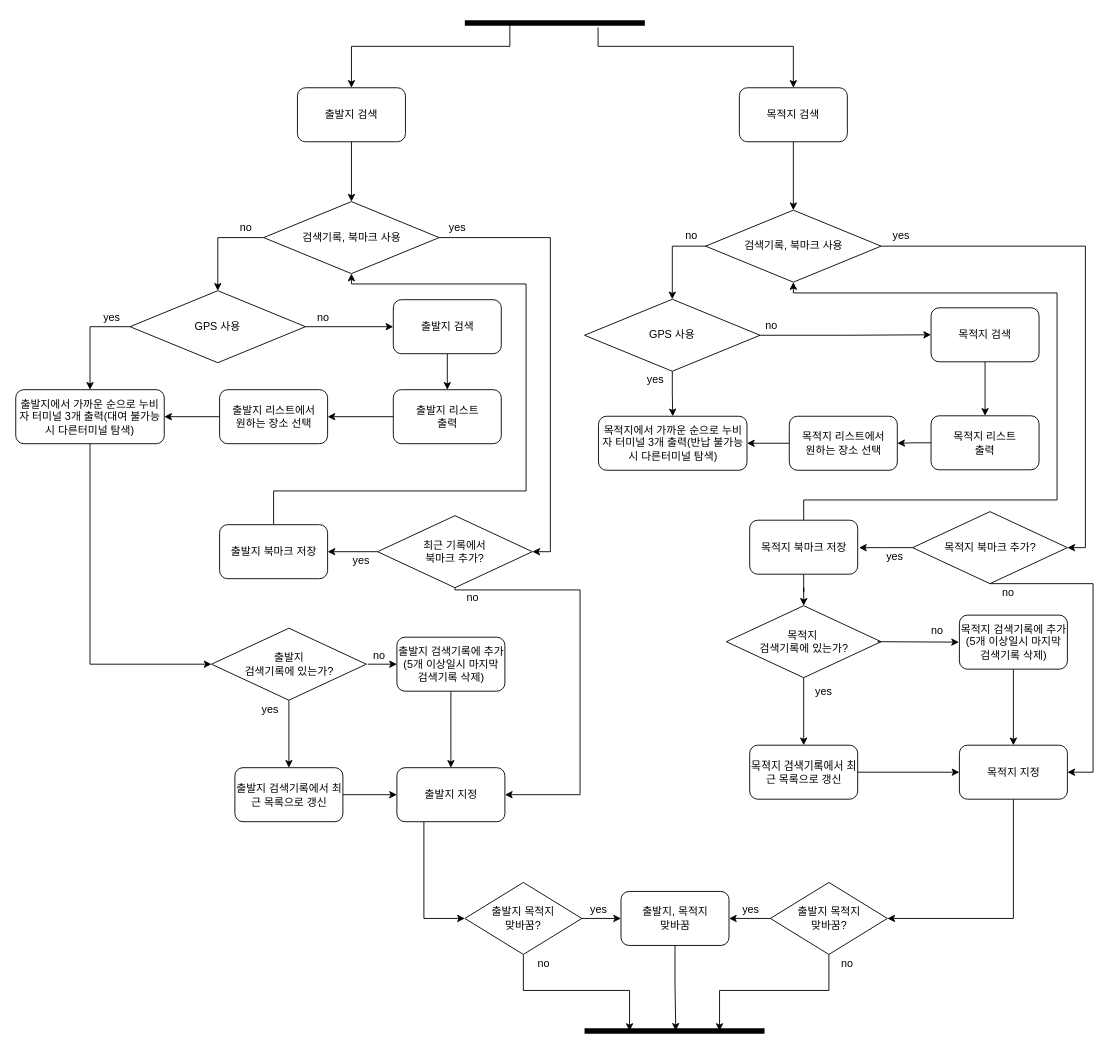
Before: 2nd_homework/activity_diagram/activity-mid.drawio in chisacam/CWNU19SE_2B, a draw.io diagram. Source tidied: cells renumbered, new cells numbered last; positions are measured from the earlier drawing's top-left corner, leaving out a move shared by most shapes. Both pictures are drawn from the tidied source at 90%, with x=0, y=0 at pixel (15, 18).
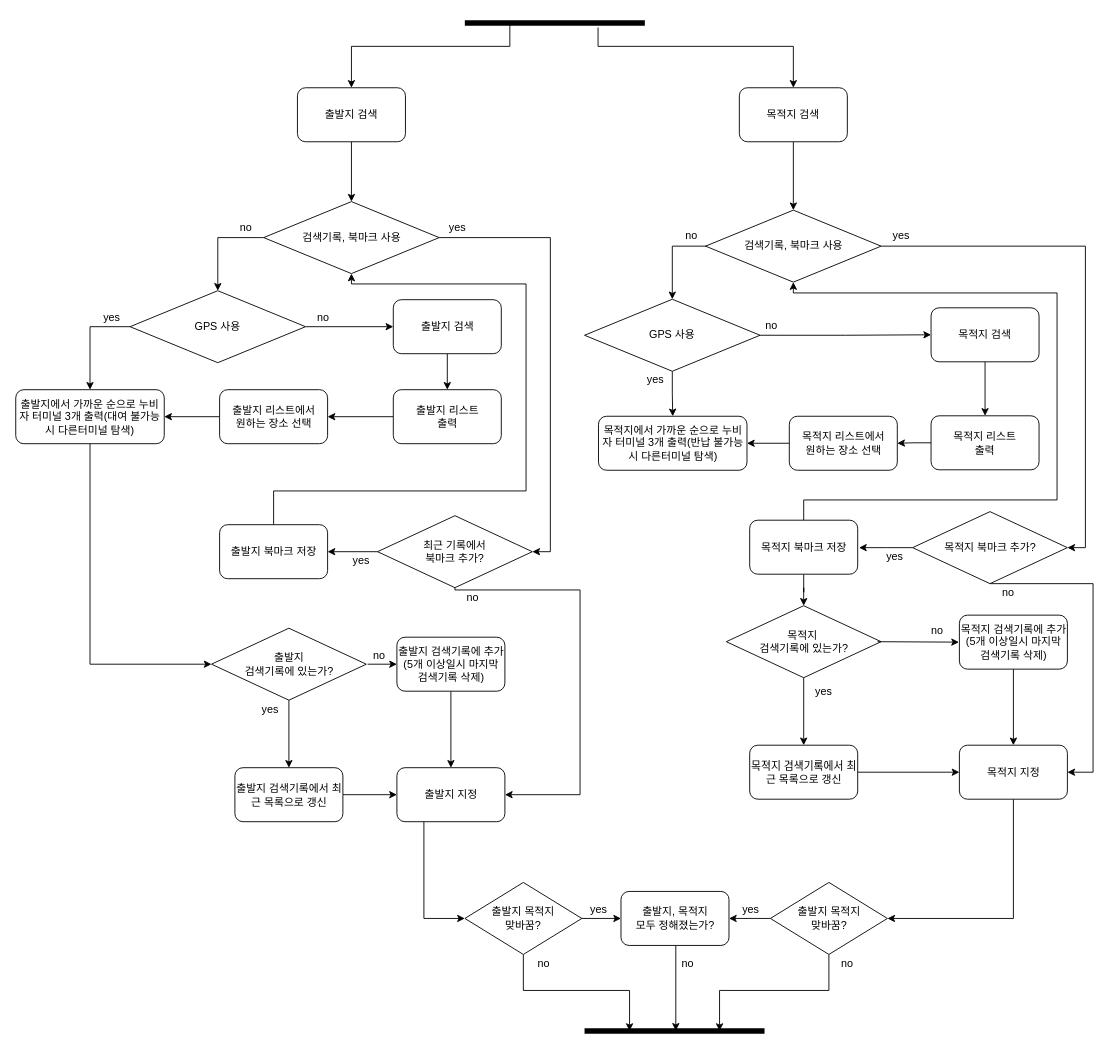
Above is the later version.

Commit message (it also covers changes not shown here):
update activity diagram

The change refers to these unchanged cells:
```xml
<mxCell id="59" style="shape=line;html=1;strokeWidth=6;strokeColor=#000000;" parent="1" vertex="1">
  <mxGeometry x="632" y="1120" width="200" height="10" as="geometry" />
</mxCell>
```

What changed in the source:
```diff
@@
     <mxCell id="73" style="edgeStyle=orthogonalEdgeStyle;rounded=0;jettySize=auto;html=1;entryX=0.507;entryY=0.471;entryDx=0;entryDy=0;entryPerimeter=0;" parent="1" edge="1" source="74" target="59">
-      <mxGeometry relative="1" as="geometry" />
+      <mxGeometry relative="1" as="geometry">
+        <Array as="points">
+          <mxPoint x="733" y="1075" />
+        </Array>
+      </mxGeometry>
     </mxCell>
-    <mxCell id="74" value="출발지, 목적지&lt;br&gt;맞바꿈" style="rounded=1;whiteSpace=wrap;html=1;strokeColor=#000000;" parent="1" vertex="1">
+    <mxCell id="74" value="출발지, 목적지&lt;br&gt;모두 정해졌는가?" style="rounded=1;whiteSpace=wrap;html=1;strokeColor=#000000;" parent="1" vertex="1">
       <mxGeometry x="672.5" y="970" width="120" height="60" as="geometry" />
     </mxCell>
@@
+    <mxCell id="94" value="no" style="text;html=1;strokeColor=none;fillColor=none;align=center;verticalAlign=middle;whiteSpace=wrap;rounded=0;" parent="1" vertex="1">
+      <mxGeometry x="726.5" y="1040" width="40" height="20" as="geometry" />
+    </mxCell>
```
